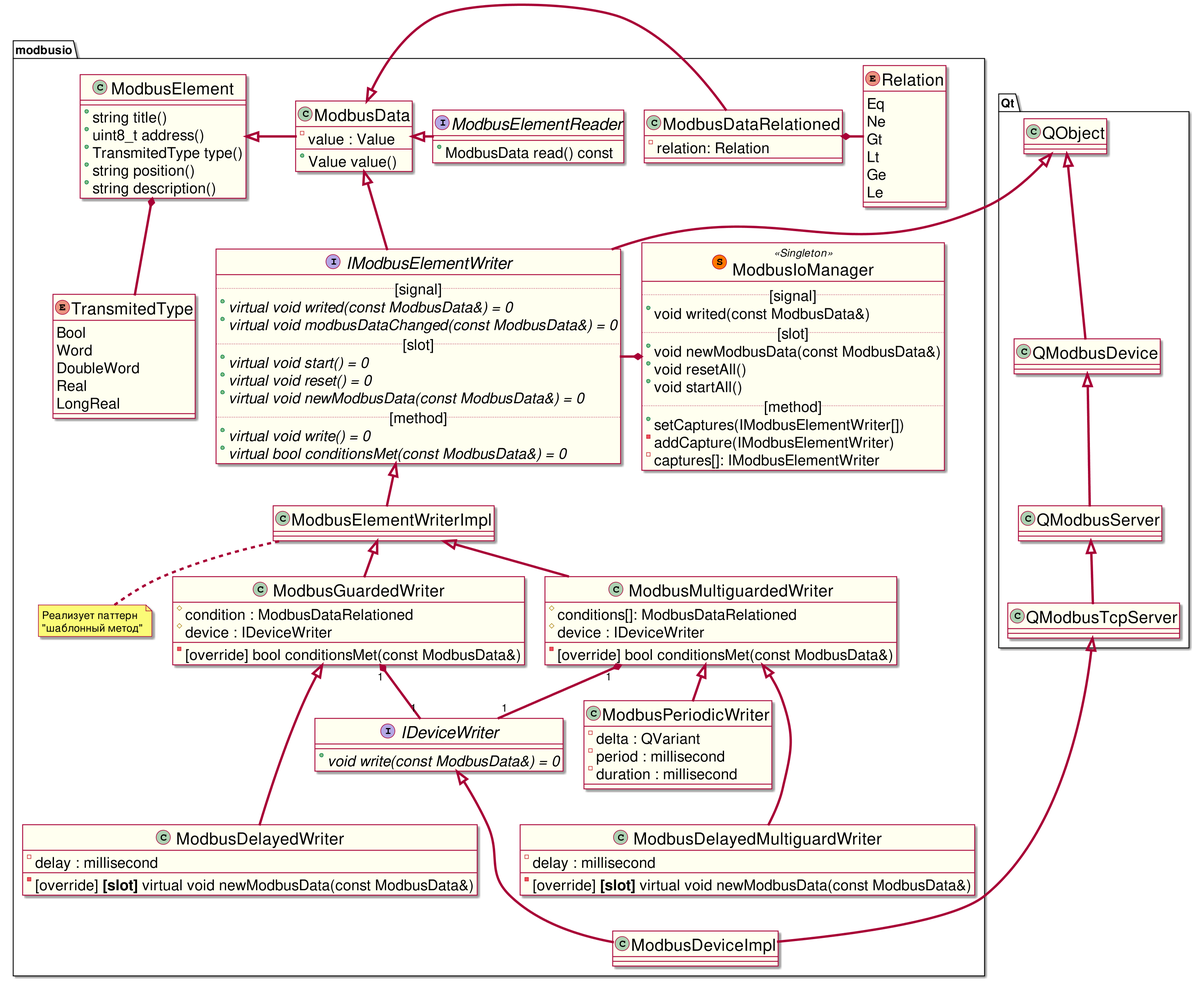
UlrichVonRekkenin/PhdLaTeX keeps this PlantUML diagram as Dissertation/images/modbus_class_relationship.png. Above is the earlier version.
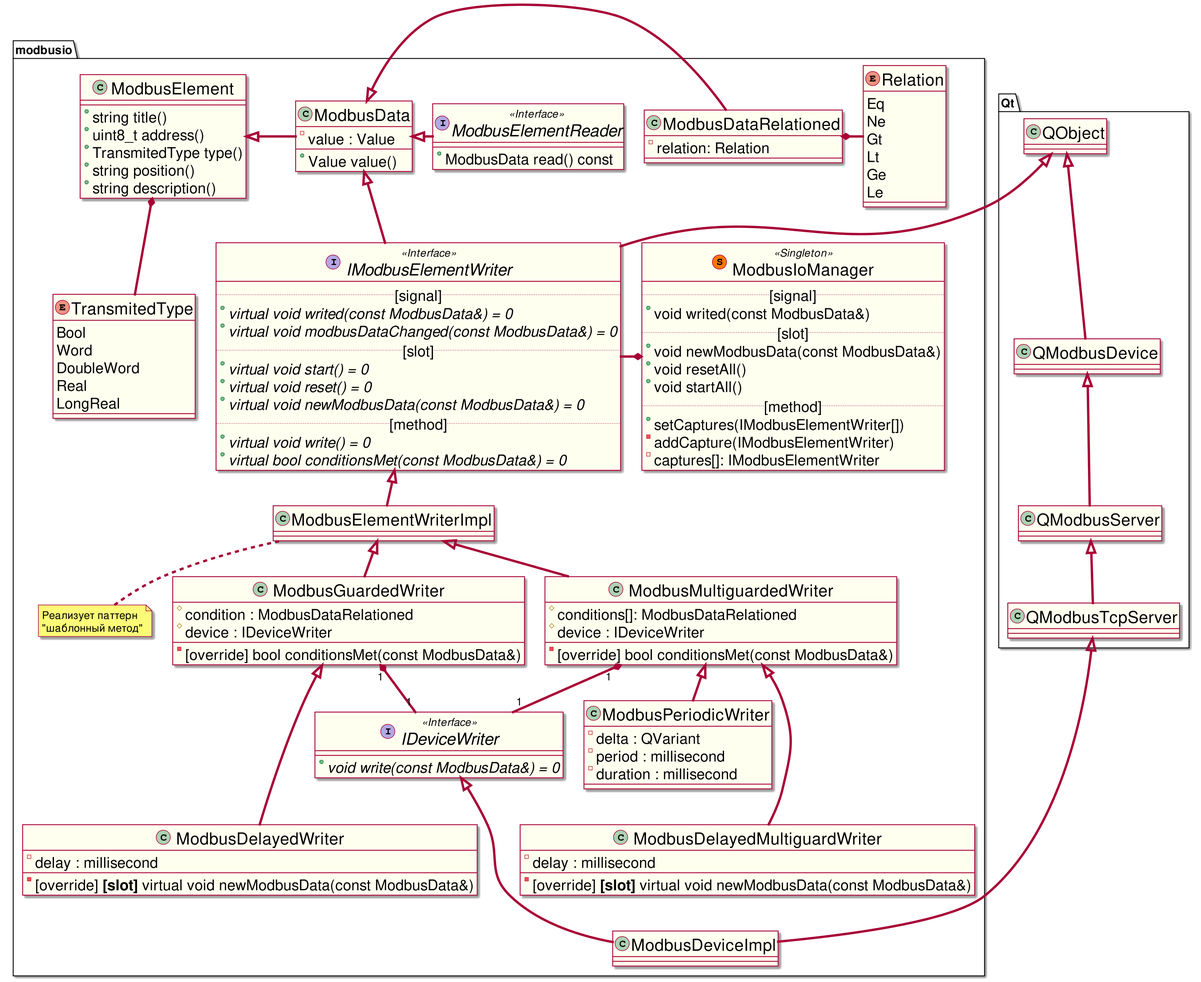
After the commit.

Diff of the diagram source:
```diff
@@ -47,7 +47,7 @@
         Le
     }
 
-    interface IDeviceWriter {
+    interface IDeviceWriter <<Interface>> {
         + {abstract} void write(const ModbusData&) = 0
     }
 
@@ -84,7 +84,7 @@
         - relation: Relation
     }
 
-    interface IModbusElementWriter {
+    interface IModbusElementWriter <<Interface>> {
         ..[signal]..
         + {abstract} virtual void writed(const ModbusData&) = 0
         + {abstract} virtual void modbusDataChanged(const ModbusData&) = 0
@@ -97,7 +97,7 @@
         + {abstract} virtual bool conditionsMet(const ModbusData&) = 0
     }
 
-    interface ModbusElementReader {
+    interface ModbusElementReader <<Interface>> {
         + ModbusData read() const
     }
 
```
